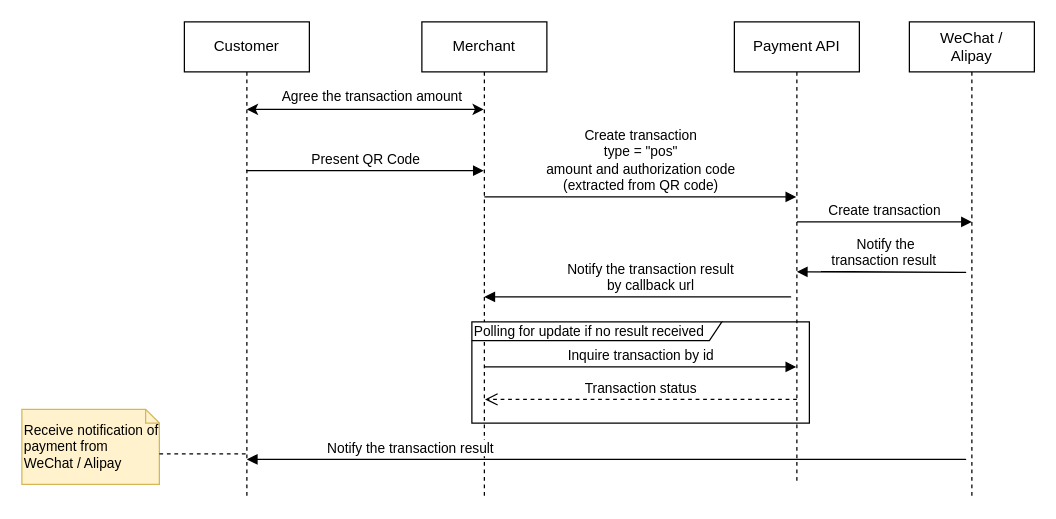
The draw.io diagram page "Customer Present QR Code" (1 of 4) of Payment Service.drawio in whalebig27/change-request-process-diagram, before the edit. Source tidied: cells renumbered, new cells numbered last; positions are measured from the earlier drawing's top-left corner, leaving out a move shared by most shapes. Both pictures are drawn from the tidied source at 125%, with x=0, y=0 at pixel (21, 21).
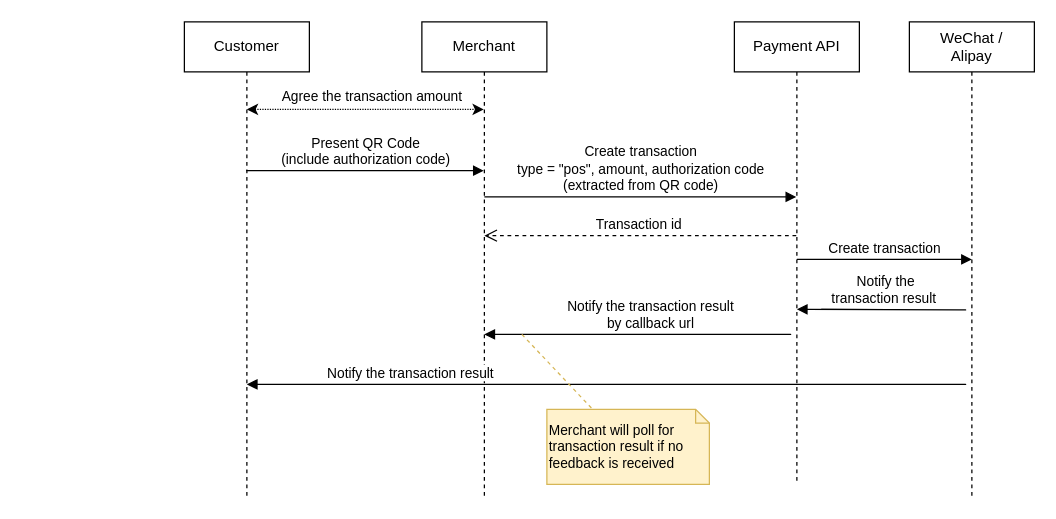
After the change.

Unchanged cells that the change refers to:
```xml
<mxCell id="2" value="Customer" style="shape=umlLifeline;perimeter=lifelinePerimeter;whiteSpace=wrap;html=1;outlineConnect=0;" parent="1" vertex="1">
  <mxGeometry x="130" width="100" height="380" as="geometry" />
</mxCell>
<mxCell id="3" value="Merchant" style="shape=umlLifeline;perimeter=lifelinePerimeter;whiteSpace=wrap;html=1;outlineConnect=0;" parent="1" vertex="1">
  <mxGeometry x="320" width="100" height="380" as="geometry" />
</mxCell>
<mxCell id="4" value="Payment API" style="shape=umlLifeline;perimeter=lifelinePerimeter;whiteSpace=wrap;html=1;outlineConnect=0;" parent="1" vertex="1">
  <mxGeometry x="570" width="100" height="370" as="geometry" />
</mxCell>
```

Diff of the diagram source:
```diff
@@
-    <mxCell id="5" value="Present QR Code" style="html=1;verticalAlign=bottom;endArrow=block;" parent="1" edge="1">
+    <mxCell id="5" value="Present QR Code&lt;br&gt;(include authorization code)&lt;br&gt;" style="html=1;verticalAlign=bottom;endArrow=block;" parent="1" edge="1">
       <mxGeometry relative="1" as="geometry">
         <mxPoint x="179.5" y="119" as="sourcePoint" />
         <mxPoint x="369.5" y="119" as="targetPoint" />
         <Array as="points">
           <mxPoint x="250" y="119" />
         </Array>
       </mxGeometry>
     </mxCell>
-    <mxCell id="6" value="Create transaction&lt;br&gt;type = &quot;pos&quot;&lt;br&gt;amount&amp;nbsp;and authorization code &lt;br&gt;(extracted from QR code)&lt;br&gt;" style="html=1;verticalAlign=bottom;endArrow=block;" parent="1" edge="1" target="4">
+    <mxCell id="6" value="Create transaction&lt;br&gt;type = &quot;pos&quot;, amount, authorization code &lt;br&gt;(extracted from QR code)&lt;br&gt;" style="html=1;verticalAlign=bottom;endArrow=block;" parent="1" edge="1" target="4">
       <mxGeometry relative="1" as="geometry">
         <mxPoint x="370" y="140" as="sourcePoint" />
         <Array as="points">
           <mxPoint x="370" y="140" />
         </Array>
       </mxGeometry>
     </mxCell>
-    <mxCell id="7" value="Inquire transaction by id&lt;br&gt;" style="html=1;verticalAlign=bottom;endArrow=block;" parent="1" edge="1">
-      <mxGeometry relative="1" as="geometry">
-        <mxPoint x="370" y="276" as="sourcePoint" />
-        <mxPoint x="619.5" y="276" as="targetPoint" />
-        <Array as="points">
-          <mxPoint x="370" y="276" />
-        </Array>
-      </mxGeometry>
-    </mxCell>
-    <mxCell id="8" value="Transaction status" style="html=1;verticalAlign=bottom;endArrow=open;dashed=1;endSize=8;" parent="1" edge="1">
-      <mxGeometry relative="1" as="geometry">
-        <mxPoint x="620" y="302" as="sourcePoint" />
-        <mxPoint x="370.5" y="302" as="targetPoint" />
-      </mxGeometry>
-    </mxCell>
-    <mxCell id="9" value="Polling for update if no result received" style="shape=umlFrame;whiteSpace=wrap;html=1;width=200;height=15;fontSize=11;align=left;" parent="1" vertex="1">
-      <mxGeometry x="360" y="240" width="270" height="81" as="geometry" />
-    </mxCell>
-    <mxCell id="10" value="Receive notification of payment from WeChat / Alipay" style="shape=note;whiteSpace=wrap;html=1;size=11;verticalAlign=top;align=left;spacingTop=4;fontSize=11;fillColor=#fff2cc;strokeColor=#d6b656;" parent="1" vertex="1">
-      <mxGeometry y="310" width="110" height="60" as="geometry" />
-    </mxCell>
-    <mxCell id="11" style="endArrow=none;dashed=1;html=1;fontSize=11;exitX=0;exitY=0;exitDx=110;exitDy=35.5;exitPerimeter=0;" parent="1" edge="1" source="10" target="2">
-      <mxGeometry relative="1" as="geometry" />
-    </mxCell>
@@
     <mxCell id="13" value="Create transaction&lt;br&gt;" style="html=1;verticalAlign=bottom;endArrow=block;" parent="1" edge="1">
       <mxGeometry relative="1" as="geometry">
-        <mxPoint x="620" y="160" as="sourcePoint" />
-        <mxPoint x="760" y="160" as="targetPoint" />
+        <mxPoint x="620" y="190" as="sourcePoint" />
+        <mxPoint x="760" y="190" as="targetPoint" />
         <Array as="points">
-          <mxPoint x="620" y="160" />
+          <mxPoint x="620" y="190" />
         </Array>
       </mxGeometry>
     </mxCell>
     <mxCell id="14" value="Notify the transaction result &lt;br&gt;&lt;div style=&quot;text-align: center&quot;&gt;by callback url&lt;/div&gt;" style="html=1;verticalAlign=bottom;endArrow=block;align=right;" parent="1" edge="1">
       <mxGeometry relative="1" as="geometry">
-        <mxPoint x="469.5" y="220" as="sourcePoint" />
-        <mxPoint x="370" y="220" as="targetPoint" />
+        <mxPoint x="469.5" y="250" as="sourcePoint" />
+        <mxPoint x="370" y="250" as="targetPoint" />
         <Array as="points">
-          <mxPoint x="620" y="220" />
+          <mxPoint x="620" y="250" />
         </Array>
       </mxGeometry>
     </mxCell>
     <mxCell id="15" value="Notify the &lt;br&gt;&lt;div style=&quot;text-align: center&quot;&gt;transaction&amp;nbsp;&lt;span style=&quot;text-align: center&quot;&gt;result&amp;nbsp;&lt;/span&gt;&lt;/div&gt;" style="html=1;verticalAlign=bottom;endArrow=block;align=center;" parent="1" edge="1">
       <mxGeometry x="-0.61" relative="1" as="geometry">
-        <mxPoint x="639.5" y="200" as="sourcePoint" />
-        <mxPoint x="620" y="200" as="targetPoint" />
+        <mxPoint x="639.5" y="230" as="sourcePoint" />
+        <mxPoint x="620" y="230" as="targetPoint" />
         <Array as="points">
-          <mxPoint x="760" y="200.5" />
+          <mxPoint x="760" y="230.5" />
         </Array>
         <mxPoint x="1" as="offset" />
       </mxGeometry>
     </mxCell>
     <mxCell id="16" value="Notify the transaction result&amp;nbsp;&lt;br&gt;" style="html=1;verticalAlign=bottom;endArrow=block;align=right;" parent="1" edge="1">
       <mxGeometry x="-0.81" relative="1" as="geometry">
-        <mxPoint x="279.5" y="350" as="sourcePoint" />
-        <mxPoint x="180" y="350" as="targetPoint" />
+        <mxPoint x="279.5" y="290" as="sourcePoint" />
+        <mxPoint x="180" y="290" as="targetPoint" />
         <Array as="points">
-          <mxPoint x="760" y="350" />
+          <mxPoint x="760" y="290" />
         </Array>
         <mxPoint x="1" as="offset" />
       </mxGeometry>
     </mxCell>
-    <mxCell id="17" value="Agree the transaction amount" style="endArrow=classic;startArrow=classic;html=1;fontSize=11;align=center;" parent="1" edge="1" target="3">
+    <mxCell id="17" value="Agree the transaction amount" style="endArrow=classic;startArrow=classic;html=1;fontSize=11;align=center;dashed=1;dashPattern=1 1;" parent="1" edge="1" target="3">
       <mxGeometry x="0.06" y="10" relative="1" as="geometry">
         <mxPoint x="180" y="70" as="sourcePoint" />
       </mxGeometry>
     </mxCell>
+    <mxCell id="18" value="Merchant will poll for transaction result if no feedback is received" style="shape=note;whiteSpace=wrap;html=1;size=11;verticalAlign=top;align=left;spacingTop=4;fontSize=11;fillColor=#fff2cc;strokeColor=#d6b656;" parent="1" vertex="1">
+      <mxGeometry x="420" y="310" width="130" height="60" as="geometry" />
+    </mxCell>
+    <mxCell id="19" style="endArrow=none;dashed=1;html=1;fontSize=11;fillColor=#fff2cc;strokeColor=#d6b656;" parent="1" edge="1" target="18">
+      <mxGeometry relative="1" as="geometry">
+        <mxPoint x="400" y="250" as="sourcePoint" />
+      </mxGeometry>
+    </mxCell>
+    <mxCell id="20" value="Transaction id&amp;nbsp;" style="html=1;verticalAlign=bottom;endArrow=open;dashed=1;endSize=8;" parent="1" edge="1">
+      <mxGeometry relative="1" as="geometry">
+        <mxPoint x="619.5" y="171" as="sourcePoint" />
+        <mxPoint x="370" y="171" as="targetPoint" />
+      </mxGeometry>
+    </mxCell>
```
